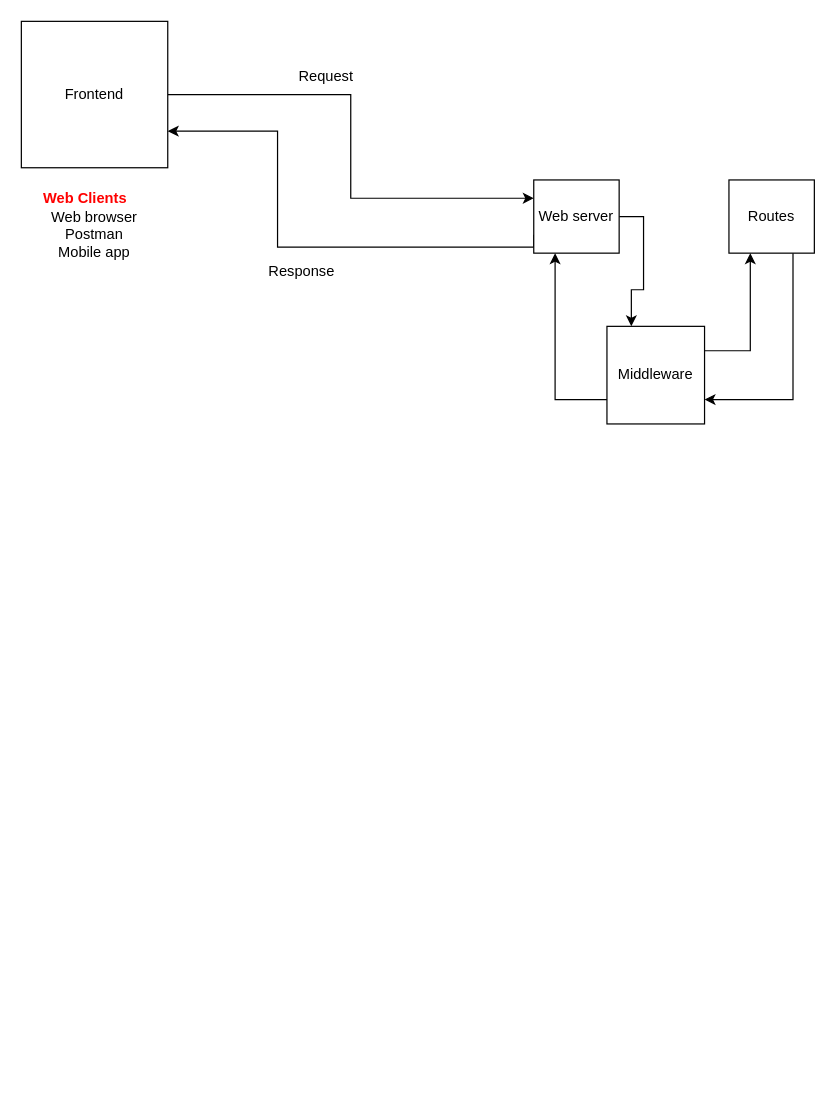
Before: web.drawio in emmanuelonu20/BootcampMay13, a draw.io diagram. Source tidied: cells renumbered, new cells numbered last; positions are measured from the earlier drawing's top-left corner, leaving out a move shared by most shapes. Both pictures are drawn from the tidied source at 122%, with x=0, y=0 at pixel (21, 21).
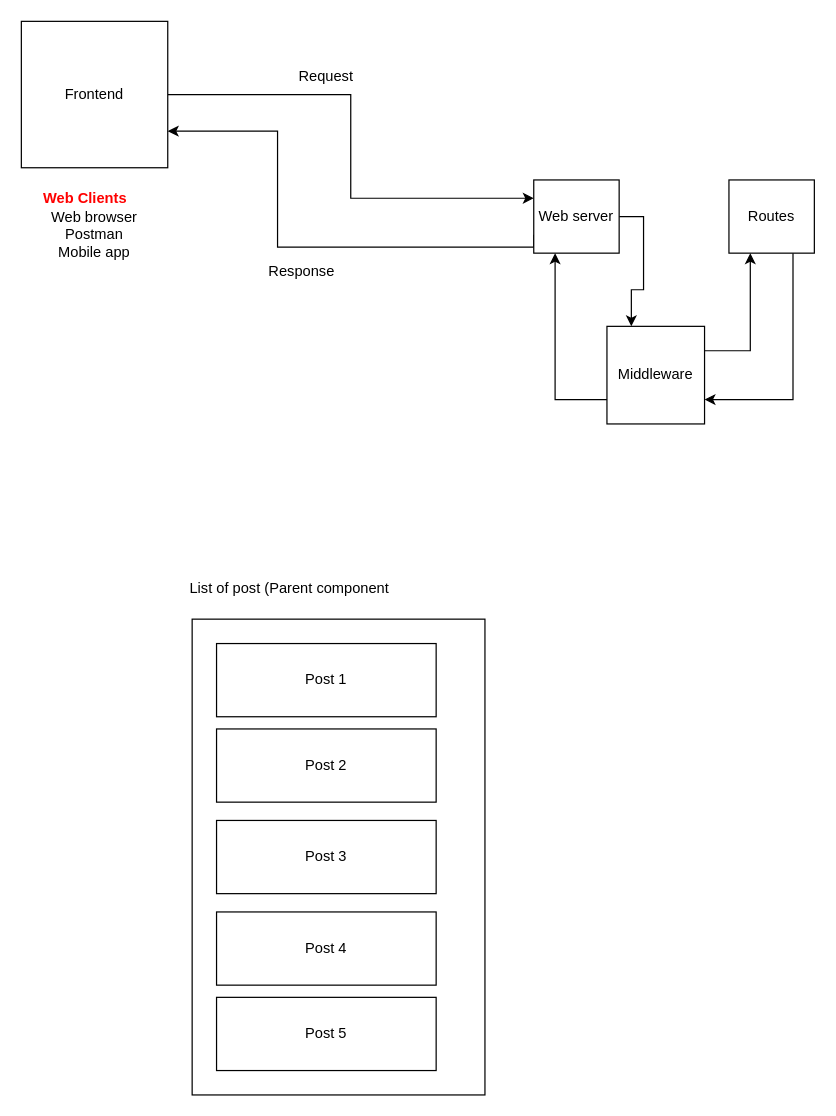
The same diagram, later.

Commit message (it also covers changes not shown here):
Parent-child communication and get url param data from component

What changed in the source:
```diff
@@
+    <mxCell id="16" style="rounded=0;whiteSpace=wrap;html=1;" parent="1" vertex="1">
+      <mxGeometry x="140" y="490" width="240" height="390" as="geometry" />
+    </mxCell>
+    <mxCell id="17" value="Post 1" style="rounded=0;whiteSpace=wrap;html=1;" parent="1" vertex="1">
+      <mxGeometry x="160" y="510" width="180" height="60" as="geometry" />
+    </mxCell>
+    <mxCell id="18" value="Post 2" style="rounded=0;whiteSpace=wrap;html=1;" parent="1" vertex="1">
+      <mxGeometry x="160" y="580" width="180" height="60" as="geometry" />
+    </mxCell>
+    <mxCell id="19" value="Post 3" style="rounded=0;whiteSpace=wrap;html=1;" parent="1" vertex="1">
+      <mxGeometry x="160" y="655" width="180" height="60" as="geometry" />
+    </mxCell>
+    <mxCell id="20" value="Post 4" style="rounded=0;whiteSpace=wrap;html=1;" parent="1" vertex="1">
+      <mxGeometry x="160" y="730" width="180" height="60" as="geometry" />
+    </mxCell>
+    <mxCell id="21" value="Post 5" style="rounded=0;whiteSpace=wrap;html=1;" parent="1" vertex="1">
+      <mxGeometry x="160" y="800" width="180" height="60" as="geometry" />
+    </mxCell>
+    <mxCell id="22" value="List of post (Parent component" style="text;html=1;align=center;verticalAlign=middle;whiteSpace=wrap;rounded=0;" parent="1" vertex="1">
+      <mxGeometry x="130" y="450" width="180" height="30" as="geometry" />
+    </mxCell>
```
